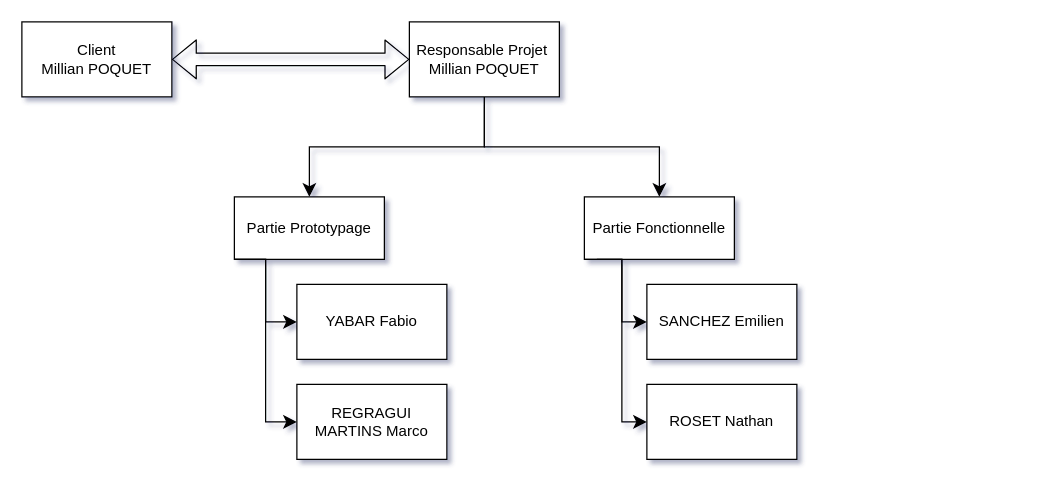
Earlier version of the draw.io diagram page "Copie de OBS" (3 of 3) of typ sources/wbs.drawio (VisionOfEmpire97/suiviProjetHekzamGUI). Source tidied: cells renumbered, new cells numbered last; positions are measured from the earlier drawing's top-left corner, leaving out a move shared by most shapes. Both pictures are drawn from the tidied source at 125%, with x=0, y=0 at pixel (21, 21).
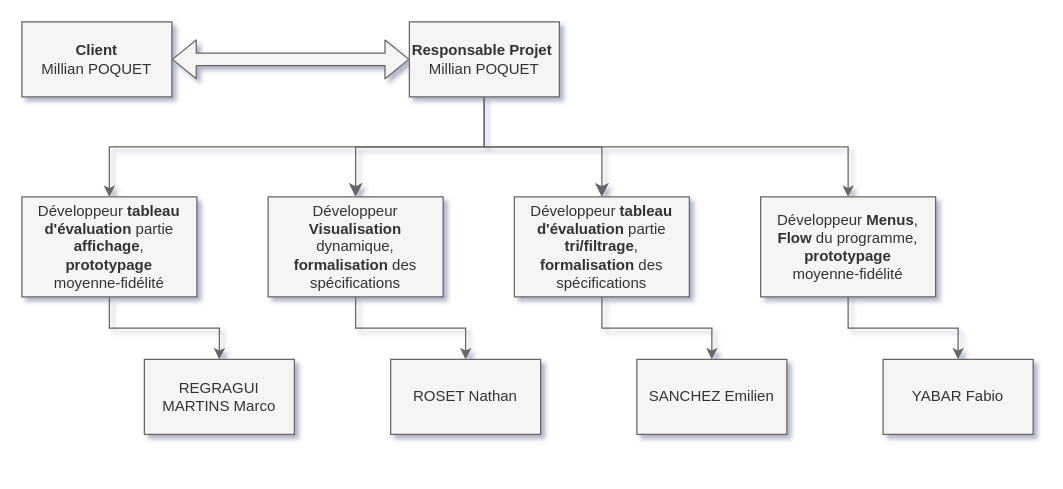
The same page after the edit.

What changed in the source:
```diff
@@
+    <mxCell id="17" style="edgeStyle=orthogonalEdgeStyle;rounded=0;jettySize=auto;html=1;exitX=0.5;exitY=1;exitDx=0;exitDy=0;fillColor=#f5f5f5;strokeColor=#666666;" parent="1" edge="1" source="2" target="7">
+      <mxGeometry relative="1" as="geometry" />
+    </mxCell>
+    <mxCell id="18" style="edgeStyle=orthogonalEdgeStyle;rounded=0;jettySize=auto;html=1;exitX=0.5;exitY=1;exitDx=0;exitDy=0;fillColor=#f5f5f5;strokeColor=#666666;" parent="1" edge="1" source="2" target="8">
+      <mxGeometry relative="1" as="geometry" />
+    </mxCell>
-    <mxCell id="2" value="Responsable Projet&amp;nbsp;&lt;br&gt;Millian POQUET" style="rounded=0;whiteSpace=wrap;html=1;" parent="1" vertex="1">
+    <mxCell id="2" value="&lt;b&gt;Responsable Projet&lt;/b&gt;&amp;nbsp;&lt;br&gt;Millian POQUET" style="rounded=0;whiteSpace=wrap;html=1;fillColor=#f5f5f5;fontColor=#333333;strokeColor=#666666;" parent="1" vertex="1">
       <mxGeometry x="310" width="120" height="60" as="geometry" />
     </mxCell>
-    <mxCell id="3" value="Partie Prototypage" style="rounded=0;whiteSpace=wrap;html=1;" parent="1" vertex="1">
-      <mxGeometry x="170" y="140" width="120" height="50" as="geometry" />
-    </mxCell>
-    <mxCell id="4" value="Partie Fonctionnelle" style="rounded=0;whiteSpace=wrap;html=1;" parent="1" vertex="1">
-      <mxGeometry x="450" y="140" width="120" height="50" as="geometry" />
-    </mxCell>
+    <mxCell id="9" value="&lt;b&gt;Client&lt;br&gt;&lt;/b&gt;Millian POQUET" style="rounded=0;whiteSpace=wrap;html=1;fillColor=#f5f5f5;fontColor=#333333;strokeColor=#666666;" parent="1" vertex="1">
+      <mxGeometry width="120" height="60" as="geometry" />
+    </mxCell>
+    <mxCell id="10" style="shape=flexArrow;endArrow=classic;startArrow=classic;html=1;entryX=0;entryY=0.5;entryDx=0;entryDy=0;exitX=1;exitY=0.5;exitDx=0;exitDy=0;fillColor=#f5f5f5;strokeColor=#666666;" parent="1" edge="1" source="9" target="2">
+      <mxGeometry relative="1" as="geometry" />
+    </mxCell>
+    <mxCell id="11" style="edgeStyle=elbowEdgeStyle;elbow=vertical;endArrow=classic;html=1;curved=0;rounded=0;endSize=8;startSize=8;exitX=0.5;exitY=1;exitDx=0;exitDy=0;entryX=0.5;entryY=0;entryDx=0;entryDy=0;fillColor=#f5f5f5;strokeColor=#666666;" parent="1" edge="1" source="2" target="5">
+      <mxGeometry relative="1" as="geometry">
+        <Array as="points">
+          <mxPoint x="440" y="100" />
+        </Array>
+      </mxGeometry>
+    </mxCell>
+    <mxCell id="12" style="edgeStyle=elbowEdgeStyle;elbow=vertical;endArrow=classic;html=1;curved=0;rounded=0;endSize=8;startSize=8;exitX=0.5;exitY=1;exitDx=0;exitDy=0;entryX=0.5;entryY=0;entryDx=0;entryDy=0;fillColor=#f5f5f5;strokeColor=#666666;" parent="1" edge="1" source="2" target="6">
+      <mxGeometry relative="1" as="geometry">
+        <Array as="points">
+          <mxPoint x="370" y="100" />
+        </Array>
+      </mxGeometry>
+    </mxCell>
+    <mxCell id="19" style="edgeStyle=orthogonalEdgeStyle;rounded=0;jettySize=auto;html=1;exitX=0.5;exitY=1;exitDx=0;exitDy=0;entryX=0.5;entryY=0;entryDx=0;entryDy=0;fillColor=#f5f5f5;strokeColor=#666666;" parent="1" edge="1" source="5" target="23">
+      <mxGeometry relative="1" as="geometry" />
+    </mxCell>
+    <mxCell id="20" style="edgeStyle=orthogonalEdgeStyle;rounded=0;jettySize=auto;html=1;exitX=0.5;exitY=1;exitDx=0;exitDy=0;entryX=0.5;entryY=0;entryDx=0;entryDy=0;fillColor=#f5f5f5;strokeColor=#666666;" parent="1" edge="1" source="6" target="24">
+      <mxGeometry relative="1" as="geometry" />
+    </mxCell>
+    <mxCell id="21" style="edgeStyle=orthogonalEdgeStyle;rounded=0;jettySize=auto;html=1;exitX=0.5;exitY=1;exitDx=0;exitDy=0;entryX=0.5;entryY=0;entryDx=0;entryDy=0;fillColor=#f5f5f5;strokeColor=#666666;" parent="1" edge="1" source="7" target="25">
+      <mxGeometry relative="1" as="geometry" />
+    </mxCell>
+    <mxCell id="22" style="edgeStyle=orthogonalEdgeStyle;rounded=0;jettySize=auto;html=1;exitX=0.5;exitY=1;exitDx=0;exitDy=0;entryX=0.5;entryY=0;entryDx=0;entryDy=0;fillColor=#f5f5f5;strokeColor=#666666;" parent="1" edge="1" source="8" target="26">
+      <mxGeometry relative="1" as="geometry" />
+    </mxCell>
+    <mxCell id="23" value="SANCHEZ Emilien" style="rounded=0;whiteSpace=wrap;html=1;fillColor=#f5f5f5;fontColor=#333333;strokeColor=#666666;" parent="1" vertex="1">
+      <mxGeometry x="492" y="270" width="120" height="60" as="geometry" />
+    </mxCell>
+    <mxCell id="24" value="ROSET Nathan" style="rounded=0;whiteSpace=wrap;html=1;fillColor=#f5f5f5;fontColor=#333333;strokeColor=#666666;" parent="1" vertex="1">
+      <mxGeometry x="295" y="270" width="120" height="60" as="geometry" />
+    </mxCell>
+    <mxCell id="25" value="&lt;div&gt;&lt;br&gt;&lt;/div&gt;&lt;div&gt;&lt;span style=&quot;background-color: initial;&quot;&gt;YABAR Fabio&lt;/span&gt;&lt;br&gt;&lt;/div&gt;&lt;div&gt;&lt;br&gt;&lt;/div&gt;" style="rounded=0;whiteSpace=wrap;html=1;fillColor=#f5f5f5;fontColor=#333333;strokeColor=#666666;" parent="1" vertex="1">
+      <mxGeometry x="689" y="270" width="120" height="60" as="geometry" />
+    </mxCell>
+    <mxCell id="26" value="REGRAGUI MARTINS Marco" style="rounded=0;whiteSpace=wrap;html=1;fillColor=#f5f5f5;fontColor=#333333;strokeColor=#666666;" parent="1" vertex="1">
+      <mxGeometry x="98" y="270" width="120" height="60" as="geometry" />
+    </mxCell>
-    <mxCell id="5" value="SANCHEZ Emilien" style="rounded=0;whiteSpace=wrap;html=1;" parent="1" vertex="1">
-      <mxGeometry x="500" y="210" width="120" height="60" as="geometry" />
+    <mxCell id="5" value="Développeur &lt;b&gt;tableau d'évaluation&lt;/b&gt; partie &lt;b&gt;tri/filtrage&lt;/b&gt;, &lt;b&gt;formalisation&lt;/b&gt; des spécifications" style="rounded=0;whiteSpace=wrap;html=1;imageWidth=40;imageAspect=1;align=center;verticalAlign=middle;fontFamily=Helvetica;spacing=10;fillColor=#f5f5f5;fontColor=#333333;strokeColor=#666666;" parent="1" vertex="1">
+      <mxGeometry x="394" y="140" width="140" height="80" as="geometry" />
     </mxCell>
-    <mxCell id="6" value="ROSET Nathan" style="rounded=0;whiteSpace=wrap;html=1;" parent="1" vertex="1">
-      <mxGeometry x="500" y="290" width="120" height="60" as="geometry" />
+    <mxCell id="6" value="Développeur &lt;b&gt;Visualisation&lt;/b&gt; dynamique, &lt;b&gt;formalisation&lt;/b&gt; des spécifications" style="rounded=0;whiteSpace=wrap;html=1;imageWidth=40;imageAspect=1;align=center;verticalAlign=middle;fontFamily=Helvetica;spacing=10;fillColor=#f5f5f5;fontColor=#333333;strokeColor=#666666;" parent="1" vertex="1">
+      <mxGeometry x="197" y="140" width="140" height="80" as="geometry" />
     </mxCell>
-    <mxCell id="7" value="&lt;div&gt;&lt;br&gt;&lt;/div&gt;&lt;div&gt;&lt;span style=&quot;background-color: initial;&quot;&gt;YABAR Fabio&lt;/span&gt;&lt;br&gt;&lt;/div&gt;&lt;div&gt;&lt;br&gt;&lt;/div&gt;" style="rounded=0;whiteSpace=wrap;html=1;" parent="1" vertex="1">
-      <mxGeometry x="220" y="210" width="120" height="60" as="geometry" />
+    <mxCell id="7" value="Développeur &lt;b&gt;Menus&lt;/b&gt;, &lt;b&gt;Flow&lt;/b&gt; du programme, &lt;b&gt;prototypage&lt;/b&gt; moyenne-fidélité" style="rounded=0;whiteSpace=wrap;html=1;imageWidth=40;imageAspect=1;align=center;verticalAlign=middle;spacing=10;fillColor=#f5f5f5;fontColor=#333333;strokeColor=#666666;" parent="1" vertex="1">
+      <mxGeometry x="591" y="140" width="140" height="80" as="geometry" />
     </mxCell>
-    <mxCell id="8" value="REGRAGUI MARTINS Marco" style="rounded=0;whiteSpace=wrap;html=1;" parent="1" vertex="1">
-      <mxGeometry x="220" y="290" width="120" height="60" as="geometry" />
+    <mxCell id="8" value="Développeur&lt;b&gt; tableau d'évaluation&lt;/b&gt; partie &lt;b&gt;affichage&lt;/b&gt;, &lt;b&gt;prototypage&lt;/b&gt; moyenne-fidélité" style="rounded=0;whiteSpace=wrap;html=1;imageWidth=40;imageAspect=1;align=center;verticalAlign=middle;fontFamily=Helvetica;spacing=10;fillColor=#f5f5f5;fontColor=#333333;strokeColor=#666666;" parent="1" vertex="1">
+      <mxGeometry y="140" width="140" height="80" as="geometry" />
     </mxCell>
-    <mxCell id="9" value="Client&lt;br&gt;Millian POQUET" style="rounded=0;whiteSpace=wrap;html=1;" parent="1" vertex="1">
-      <mxGeometry width="120" height="60" as="geometry" />
-    </mxCell>
-    <mxCell id="10" style="shape=flexArrow;endArrow=classic;startArrow=classic;html=1;entryX=0;entryY=0.5;entryDx=0;entryDy=0;exitX=1;exitY=0.5;exitDx=0;exitDy=0;" parent="1" edge="1" source="9" target="2">
-      <mxGeometry relative="1" as="geometry" />
-    </mxCell>
-    <mxCell id="11" style="edgeStyle=elbowEdgeStyle;elbow=vertical;endArrow=classic;html=1;curved=0;rounded=0;endSize=8;startSize=8;exitX=0.5;exitY=1;exitDx=0;exitDy=0;" parent="1" edge="1" source="2" target="4">
-      <mxGeometry relative="1" as="geometry">
-        <Array as="points">
-          <mxPoint x="440" y="100" />
-        </Array>
-      </mxGeometry>
-    </mxCell>
-    <mxCell id="12" style="edgeStyle=elbowEdgeStyle;elbow=vertical;endArrow=classic;html=1;curved=0;rounded=0;endSize=8;startSize=8;exitX=0.5;exitY=1;exitDx=0;exitDy=0;entryX=0.5;entryY=0;entryDx=0;entryDy=0;" parent="1" edge="1" source="2" target="3">
-      <mxGeometry relative="1" as="geometry">
-        <Array as="points">
-          <mxPoint x="370" y="100" />
-        </Array>
-      </mxGeometry>
-    </mxCell>
-    <mxCell id="13" style="edgeStyle=elbowEdgeStyle;elbow=horizontal;endArrow=classic;html=1;curved=0;rounded=0;endSize=8;startSize=8;entryX=0;entryY=0.5;entryDx=0;entryDy=0;" parent="1" edge="1" target="7">
-      <mxGeometry relative="1" as="geometry">
-        <mxPoint x="170" y="190" as="sourcePoint" />
-      </mxGeometry>
-    </mxCell>
-    <mxCell id="14" style="edgeStyle=elbowEdgeStyle;elbow=horizontal;endArrow=classic;html=1;curved=0;rounded=0;endSize=8;startSize=8;entryX=0;entryY=0.5;entryDx=0;entryDy=0;exitX=0;exitY=1;exitDx=0;exitDy=0;" parent="1" edge="1" source="3" target="8">
-      <mxGeometry relative="1" as="geometry" />
-    </mxCell>
-    <mxCell id="15" style="edgeStyle=elbowEdgeStyle;elbow=horizontal;endArrow=classic;html=1;curved=0;rounded=0;endSize=8;startSize=8;exitX=0;exitY=1;exitDx=0;exitDy=0;entryX=0;entryY=0.5;entryDx=0;entryDy=0;" parent="1" edge="1">
-      <mxGeometry relative="1" as="geometry">
-        <mxPoint x="450" y="190" as="sourcePoint" />
-        <mxPoint x="500" y="240" as="targetPoint" />
-        <Array as="points">
-          <mxPoint x="480" y="220" />
-        </Array>
-      </mxGeometry>
-    </mxCell>
-    <mxCell id="16" style="edgeStyle=elbowEdgeStyle;elbow=horizontal;endArrow=classic;html=1;curved=0;rounded=0;endSize=8;startSize=8;entryX=0;entryY=0.5;entryDx=0;entryDy=0;" parent="1" edge="1">
-      <mxGeometry relative="1" as="geometry">
-        <mxPoint x="460" y="190" as="sourcePoint" />
-        <mxPoint x="500" y="320" as="targetPoint" />
-      </mxGeometry>
-    </mxCell>
```
